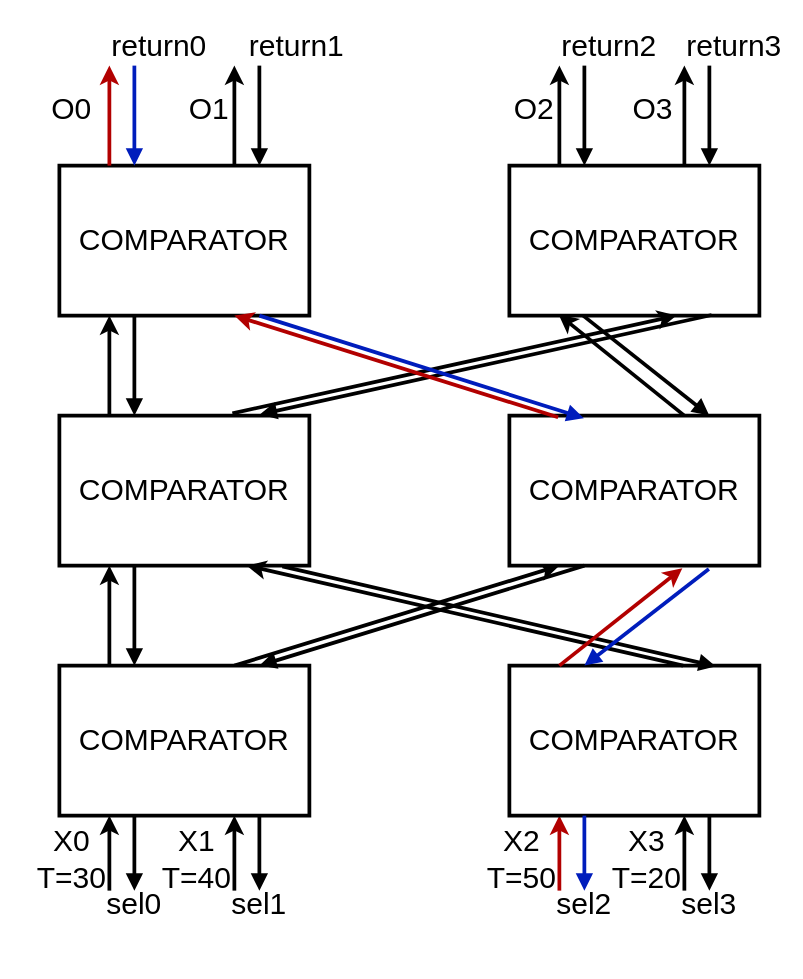
UM-PCL/biton keeps this draw.io diagram as write/figures/sort4.drawio. Above is the earlier version. Source tidied: cells renumbered, new cells numbered last; positions are measured from the earlier drawing's top-left corner, leaving out a move shared by most shapes. Both pictures are drawn from the tidied source at 125%, with x=0, y=0 at pixel (34, 28).
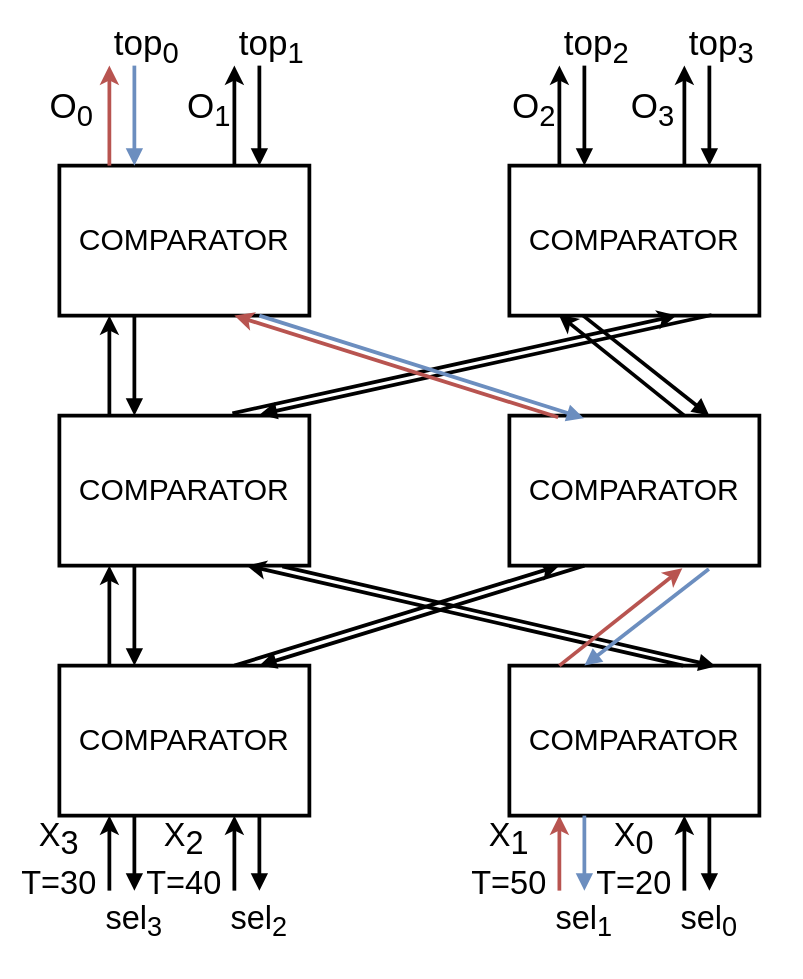
After the change.

Unchanged cells that the change refers to:
```xml
<mxCell id="12" value="COMPARATOR" style="rounded=0;whiteSpace=wrap;html=1;strokeWidth=3;fontSize=24;" parent="1" vertex="1">
  <mxGeometry x="380" y="310" width="200" height="120" as="geometry" />
</mxCell>
```

The edit, as a diff of the source:
```diff
@@
-    <mxCell id="8" style="edgeStyle=orthogonalEdgeStyle;rounded=0;orthogonalLoop=1;jettySize=auto;html=1;exitX=0.25;exitY=1;exitDx=0;exitDy=0;startArrow=classic;startFill=1;endArrow=none;endFill=0;fillColor=#e51400;strokeColor=#B20000;strokeWidth=3;fontSize=24;" parent="1" edge="1">
+    <mxCell id="8" style="edgeStyle=orthogonalEdgeStyle;rounded=0;orthogonalLoop=1;jettySize=auto;html=1;exitX=0.25;exitY=1;exitDx=0;exitDy=0;startArrow=classic;startFill=1;endArrow=none;endFill=0;fillColor=#e51400;strokeColor=#B85450;strokeWidth=3;fontSize=24;" parent="1" edge="1">
       <mxGeometry relative="1" as="geometry">
         <mxPoint x="420" y="630" as="sourcePoint" />
         <mxPoint x="420" y="690" as="targetPoint" />
       </mxGeometry>
     </mxCell>
@@
-    <mxCell id="16" style="edgeStyle=orthogonalEdgeStyle;rounded=0;orthogonalLoop=1;jettySize=auto;html=1;exitX=0.25;exitY=0;exitDx=0;exitDy=0;entryX=0.25;entryY=1;entryDx=0;entryDy=0;fillColor=#e51400;strokeColor=#B20000;strokeWidth=3;fontSize=24;" parent="1" edge="1">
+    <mxCell id="16" style="edgeStyle=orthogonalEdgeStyle;rounded=0;orthogonalLoop=1;jettySize=auto;html=1;exitX=0.25;exitY=0;exitDx=0;exitDy=0;entryX=0.25;entryY=1;entryDx=0;entryDy=0;fillColor=#e51400;strokeColor=#B85450;strokeWidth=3;fontSize=24;" parent="1" edge="1">
       <mxGeometry relative="1" as="geometry">
         <mxPoint x="60" y="110" as="sourcePoint" />
         <mxPoint x="60" y="30" as="targetPoint" />
       </mxGeometry>
     </mxCell>
@@
-    <mxCell id="25" style="edgeStyle=orthogonalEdgeStyle;rounded=0;orthogonalLoop=1;jettySize=auto;html=1;exitX=0.25;exitY=1;exitDx=0;exitDy=0;startArrow=none;startFill=0;endArrow=block;endFill=1;fillColor=#0050ef;strokeColor=#001DBC;strokeWidth=3;fontSize=24;" parent="1" edge="1">
+    <mxCell id="25" style="edgeStyle=orthogonalEdgeStyle;rounded=0;orthogonalLoop=1;jettySize=auto;html=1;exitX=0.25;exitY=1;exitDx=0;exitDy=0;startArrow=none;startFill=0;endArrow=block;endFill=1;fillColor=#0050ef;strokeColor=#6C8EBF;strokeWidth=3;fontSize=24;" parent="1" edge="1">
       <mxGeometry relative="1" as="geometry">
         <mxPoint x="440" y="630" as="sourcePoint" />
         <mxPoint x="440" y="690" as="targetPoint" />
       </mxGeometry>
     </mxCell>
@@
-    <mxCell id="28" style="edgeStyle=orthogonalEdgeStyle;rounded=0;orthogonalLoop=1;jettySize=auto;html=1;exitX=0.25;exitY=0;exitDx=0;exitDy=0;entryX=0.25;entryY=1;entryDx=0;entryDy=0;startArrow=block;startFill=1;endArrow=none;endFill=0;fillColor=#0050ef;strokeColor=#001DBC;strokeWidth=3;fontSize=24;" parent="1" edge="1">
+    <mxCell id="28" style="edgeStyle=orthogonalEdgeStyle;rounded=0;orthogonalLoop=1;jettySize=auto;html=1;exitX=0.25;exitY=0;exitDx=0;exitDy=0;entryX=0.25;entryY=1;entryDx=0;entryDy=0;startArrow=block;startFill=1;endArrow=none;endFill=0;fillColor=#0050ef;strokeColor=#6C8EBF;strokeWidth=3;fontSize=24;" parent="1" edge="1">
       <mxGeometry relative="1" as="geometry">
         <mxPoint x="80" y="110" as="sourcePoint" />
         <mxPoint x="80" y="30" as="targetPoint" />
       </mxGeometry>
     </mxCell>
@@
-    <mxCell id="32" value="X0&lt;br style=&quot;font-size: 24px;&quot;&gt;T=30" style="text;html=1;align=center;verticalAlign=middle;whiteSpace=wrap;rounded=0;fontSize=24;strokeWidth=3;" parent="1" vertex="1">
-      <mxGeometry y="650" width="60" height="30" as="geometry" />
+    <mxCell id="32" value="X&lt;sub style=&quot;font-size: 26px;&quot;&gt;3&lt;/sub&gt;&lt;br style=&quot;font-size: 26px;&quot;&gt;T=30" style="text;html=1;align=center;verticalAlign=middle;whiteSpace=wrap;rounded=0;fontSize=26;strokeWidth=3;" parent="1" vertex="1">
+      <mxGeometry x="-10" y="650" width="60" height="30" as="geometry" />
     </mxCell>
-    <mxCell id="33" value="&lt;div style=&quot;font-size: 24px;&quot;&gt;sel0&lt;/div&gt;&lt;div style=&quot;font-size: 24px;&quot;&gt;&lt;br style=&quot;font-size: 24px;&quot;&gt;&lt;/div&gt;" style="text;html=1;align=center;verticalAlign=middle;whiteSpace=wrap;rounded=0;fontSize=24;strokeWidth=3;" parent="1" vertex="1">
+    <mxCell id="33" value="&lt;div style=&quot;font-size: 26px;&quot;&gt;sel&lt;sub&gt;3&lt;/sub&gt;&lt;/div&gt;" style="text;html=1;align=center;verticalAlign=middle;whiteSpace=wrap;rounded=0;fontSize=26;strokeWidth=3;" parent="1" vertex="1">
       <mxGeometry x="50" y="700" width="60" height="30" as="geometry" />
     </mxCell>
-    <mxCell id="34" value="X1&lt;br style=&quot;font-size: 24px;&quot;&gt;T=40" style="text;html=1;align=center;verticalAlign=middle;whiteSpace=wrap;rounded=0;fontSize=24;strokeWidth=3;" parent="1" vertex="1">
-      <mxGeometry x="100" y="650" width="60" height="30" as="geometry" />
+    <mxCell id="34" value="X&lt;sub style=&quot;font-size: 26px;&quot;&gt;2&lt;/sub&gt;&lt;br style=&quot;font-size: 26px;&quot;&gt;T=40" style="text;html=1;align=center;verticalAlign=middle;whiteSpace=wrap;rounded=0;fontSize=26;strokeWidth=3;" parent="1" vertex="1">
+      <mxGeometry x="90" y="650" width="60" height="30" as="geometry" />
     </mxCell>
-    <mxCell id="35" value="&lt;div style=&quot;font-size: 24px;&quot;&gt;sel1&lt;/div&gt;&lt;div style=&quot;font-size: 24px;&quot;&gt;&lt;br style=&quot;font-size: 24px;&quot;&gt;&lt;/div&gt;" style="text;html=1;align=center;verticalAlign=middle;whiteSpace=wrap;rounded=0;fontSize=24;strokeWidth=3;" parent="1" vertex="1">
+    <mxCell id="35" value="&lt;div style=&quot;font-size: 26px;&quot;&gt;sel&lt;sub&gt;2&lt;/sub&gt;&lt;/div&gt;" style="text;html=1;align=center;verticalAlign=middle;whiteSpace=wrap;rounded=0;fontSize=26;strokeWidth=3;" parent="1" vertex="1">
       <mxGeometry x="150" y="700" width="60" height="30" as="geometry" />
     </mxCell>
-    <mxCell id="36" value="X2&lt;br style=&quot;font-size: 24px;&quot;&gt;T=50" style="text;html=1;align=center;verticalAlign=middle;whiteSpace=wrap;rounded=0;fontSize=24;strokeWidth=3;" parent="1" vertex="1">
-      <mxGeometry x="360" y="650" width="60" height="30" as="geometry" />
+    <mxCell id="36" value="X&lt;sub style=&quot;font-size: 26px;&quot;&gt;1&lt;/sub&gt;&lt;br style=&quot;font-size: 26px;&quot;&gt;T=50" style="text;html=1;align=center;verticalAlign=middle;whiteSpace=wrap;rounded=0;fontSize=26;strokeWidth=3;" parent="1" vertex="1">
+      <mxGeometry x="350" y="650" width="60" height="30" as="geometry" />
     </mxCell>
-    <mxCell id="37" value="&lt;div style=&quot;font-size: 24px;&quot;&gt;sel2&lt;/div&gt;&lt;div style=&quot;font-size: 24px;&quot;&gt;&lt;br style=&quot;font-size: 24px;&quot;&gt;&lt;/div&gt;" style="text;html=1;align=center;verticalAlign=middle;whiteSpace=wrap;rounded=0;fontSize=24;strokeWidth=3;" parent="1" vertex="1">
+    <mxCell id="37" value="&lt;div style=&quot;font-size: 26px;&quot;&gt;sel&lt;sub&gt;1&lt;/sub&gt;&lt;/div&gt;" style="text;html=1;align=center;verticalAlign=middle;whiteSpace=wrap;rounded=0;fontSize=26;strokeWidth=3;" parent="1" vertex="1">
       <mxGeometry x="410" y="700" width="60" height="30" as="geometry" />
     </mxCell>
-    <mxCell id="38" value="X3&lt;br style=&quot;font-size: 24px;&quot;&gt;T=20" style="text;html=1;align=center;verticalAlign=middle;whiteSpace=wrap;rounded=0;fontSize=24;strokeWidth=3;" parent="1" vertex="1">
-      <mxGeometry x="460" y="650" width="60" height="30" as="geometry" />
+    <mxCell id="38" value="X&lt;sub style=&quot;font-size: 26px;&quot;&gt;0&lt;/sub&gt;&lt;br style=&quot;font-size: 26px;&quot;&gt;T=20" style="text;html=1;align=center;verticalAlign=middle;whiteSpace=wrap;rounded=0;fontSize=26;strokeWidth=3;" parent="1" vertex="1">
+      <mxGeometry x="450" y="650" width="60" height="30" as="geometry" />
     </mxCell>
-    <mxCell id="39" value="&lt;div style=&quot;font-size: 24px;&quot;&gt;sel3&lt;/div&gt;&lt;div style=&quot;font-size: 24px;&quot;&gt;&lt;br style=&quot;font-size: 24px;&quot;&gt;&lt;/div&gt;" style="text;html=1;align=center;verticalAlign=middle;whiteSpace=wrap;rounded=0;fontSize=24;strokeWidth=3;" parent="1" vertex="1">
+    <mxCell id="39" value="&lt;div style=&quot;font-size: 26px;&quot;&gt;sel&lt;sub&gt;0&lt;/sub&gt;&lt;/div&gt;" style="text;html=1;align=center;verticalAlign=middle;whiteSpace=wrap;rounded=0;fontSize=26;strokeWidth=3;" parent="1" vertex="1">
       <mxGeometry x="510" y="700" width="60" height="30" as="geometry" />
     </mxCell>
-    <mxCell id="40" value="&lt;div style=&quot;font-size: 24px;&quot;&gt;return0&lt;/div&gt;" style="text;html=1;align=center;verticalAlign=middle;whiteSpace=wrap;rounded=0;fontSize=24;strokeWidth=3;" parent="1" vertex="1">
-      <mxGeometry x="70" width="60" height="30" as="geometry" />
-    </mxCell>
-    <mxCell id="41" value="&lt;div style=&quot;font-size: 24px;&quot;&gt;return1&lt;/div&gt;" style="text;html=1;align=center;verticalAlign=middle;whiteSpace=wrap;rounded=0;fontSize=24;strokeWidth=3;" parent="1" vertex="1">
-      <mxGeometry x="180" width="60" height="30" as="geometry" />
+    <mxCell id="41" value="&lt;font style=&quot;font-size: 28px;&quot;&gt;&lt;span style=&quot;font-size: 28px;&quot;&gt;top&lt;/span&gt;&lt;sub&gt;1&lt;br style=&quot;font-size: 28px;&quot;&gt;&lt;/sub&gt;&lt;/font&gt;" style="text;html=1;align=center;verticalAlign=middle;whiteSpace=wrap;rounded=0;fontSize=28;strokeWidth=3;" parent="1" vertex="1">
+      <mxGeometry x="160" width="60" height="30" as="geometry" />
     </mxCell>
-    <mxCell id="42" value="&lt;div style=&quot;font-size: 24px;&quot;&gt;return2&lt;/div&gt;" style="text;html=1;align=center;verticalAlign=middle;whiteSpace=wrap;rounded=0;fontSize=24;strokeWidth=3;" parent="1" vertex="1">
-      <mxGeometry x="430" width="60" height="30" as="geometry" />
-    </mxCell>
-    <mxCell id="43" value="&lt;div style=&quot;font-size: 24px;&quot;&gt;return3&lt;/div&gt;" style="text;html=1;align=center;verticalAlign=middle;whiteSpace=wrap;rounded=0;fontSize=24;strokeWidth=3;" parent="1" vertex="1">
-      <mxGeometry x="530" width="60" height="30" as="geometry" />
-    </mxCell>
-    <mxCell id="44" value="&lt;div style=&quot;font-size: 24px;&quot;&gt;O0&lt;/div&gt;" style="text;html=1;align=center;verticalAlign=middle;whiteSpace=wrap;rounded=0;fontSize=24;strokeWidth=3;" parent="1" vertex="1">
+    <mxCell id="44" value="&lt;div style=&quot;font-size: 25px;&quot;&gt;&lt;font style=&quot;font-size: 28px;&quot;&gt;O&lt;sub&gt;0&lt;/sub&gt;&lt;/font&gt;&lt;/div&gt;" style="text;html=1;align=center;verticalAlign=middle;whiteSpace=wrap;rounded=0;fontSize=24;strokeWidth=3;" parent="1" vertex="1">
       <mxGeometry y="50" width="60" height="30" as="geometry" />
     </mxCell>
-    <mxCell id="45" value="&lt;div style=&quot;font-size: 24px;&quot;&gt;O1&lt;/div&gt;" style="text;html=1;align=center;verticalAlign=middle;whiteSpace=wrap;rounded=0;fontSize=24;strokeWidth=3;" parent="1" vertex="1">
+    <mxCell id="45" value="&lt;div style=&quot;font-size: 28px;&quot;&gt;O&lt;sub&gt;1&lt;/sub&gt;&lt;/div&gt;" style="text;html=1;align=center;verticalAlign=middle;whiteSpace=wrap;rounded=0;fontSize=28;strokeWidth=3;" parent="1" vertex="1">
       <mxGeometry x="110" y="50" width="60" height="30" as="geometry" />
     </mxCell>
-    <mxCell id="46" value="O2" style="text;html=1;align=center;verticalAlign=middle;whiteSpace=wrap;rounded=0;fontSize=24;strokeWidth=3;" parent="1" vertex="1">
+    <mxCell id="46" value="O&lt;sub&gt;2&lt;/sub&gt;" style="text;html=1;align=center;verticalAlign=middle;whiteSpace=wrap;rounded=0;fontSize=28;strokeWidth=3;" parent="1" vertex="1">
       <mxGeometry x="370" y="50" width="60" height="30" as="geometry" />
     </mxCell>
-    <mxCell id="47" value="&lt;div style=&quot;font-size: 24px;&quot;&gt;O3&lt;/div&gt;" style="text;html=1;align=center;verticalAlign=middle;whiteSpace=wrap;rounded=0;fontSize=24;strokeWidth=3;" parent="1" vertex="1">
+    <mxCell id="47" value="&lt;div style=&quot;font-size: 28px;&quot;&gt;O&lt;sub&gt;3&lt;/sub&gt;&lt;/div&gt;" style="text;html=1;align=center;verticalAlign=middle;whiteSpace=wrap;rounded=0;fontSize=28;strokeWidth=3;" parent="1" vertex="1">
       <mxGeometry x="465" y="50" width="60" height="30" as="geometry" />
     </mxCell>
@@
-    <mxCell id="52" style="rounded=0;jettySize=auto;html=1;exitX=0.195;exitY=0.011;exitDx=0;exitDy=0;entryX=0.75;entryY=1;entryDx=0;entryDy=0;strokeWidth=3;fontSize=24;exitPerimeter=0;strokeColor=#B20000;" parent="1" edge="1" source="12">
+    <mxCell id="52" style="rounded=0;jettySize=auto;html=1;exitX=0.195;exitY=0.011;exitDx=0;exitDy=0;entryX=0.75;entryY=1;entryDx=0;entryDy=0;strokeWidth=3;fontSize=24;exitPerimeter=0;strokeColor=#B85450;" parent="1" edge="1" source="12">
       <mxGeometry relative="1" as="geometry">
         <mxPoint x="160" y="230" as="targetPoint" />
       </mxGeometry>
     </mxCell>
-    <mxCell id="53" style="rounded=0;jettySize=auto;html=1;exitX=0.298;exitY=0.017;exitDx=0;exitDy=0;entryX=0.75;entryY=1;entryDx=0;entryDy=0;startArrow=block;startFill=1;endArrow=none;endFill=0;strokeWidth=3;fontSize=24;exitPerimeter=0;strokeColor=#001DBC;" parent="1" edge="1" source="12">
+    <mxCell id="53" style="rounded=0;jettySize=auto;html=1;exitX=0.298;exitY=0.017;exitDx=0;exitDy=0;entryX=0.75;entryY=1;entryDx=0;entryDy=0;startArrow=block;startFill=1;endArrow=none;endFill=0;strokeWidth=3;fontSize=24;exitPerimeter=0;strokeColor=#6C8EBF;" parent="1" edge="1" source="12">
       <mxGeometry relative="1" as="geometry">
         <mxPoint x="180" y="230" as="targetPoint" />
       </mxGeometry>
     </mxCell>
-    <mxCell id="54" style="rounded=0;jettySize=auto;html=1;exitX=0.25;exitY=0;exitDx=0;exitDy=0;fillColor=#e51400;strokeColor=#B20000;strokeWidth=3;fontSize=24;entryX=0.692;entryY=1.017;entryDx=0;entryDy=0;entryPerimeter=0;" parent="1" edge="1" target="12">
+    <mxCell id="54" style="rounded=0;jettySize=auto;html=1;exitX=0.25;exitY=0;exitDx=0;exitDy=0;fillColor=#e51400;strokeColor=#B85450;strokeWidth=3;fontSize=24;entryX=0.692;entryY=1.017;entryDx=0;entryDy=0;entryPerimeter=0;" parent="1" edge="1" target="12">
       <mxGeometry relative="1" as="geometry">
         <mxPoint x="420" y="510" as="sourcePoint" />
       </mxGeometry>
     </mxCell>
-    <mxCell id="55" style="rounded=0;jettySize=auto;html=1;exitX=0.25;exitY=0;exitDx=0;exitDy=0;startArrow=block;startFill=1;endArrow=none;endFill=0;fillColor=#0050ef;strokeColor=#001DBC;strokeWidth=3;fontSize=24;entryX=0.798;entryY=1.023;entryDx=0;entryDy=0;entryPerimeter=0;" parent="1" edge="1" target="12">
+    <mxCell id="55" style="rounded=0;jettySize=auto;html=1;exitX=0.25;exitY=0;exitDx=0;exitDy=0;startArrow=block;startFill=1;endArrow=none;endFill=0;fillColor=#0050ef;strokeColor=#6C8EBF;strokeWidth=3;fontSize=24;entryX=0.798;entryY=1.023;entryDx=0;entryDy=0;entryPerimeter=0;" parent="1" edge="1" target="12">
       <mxGeometry relative="1" as="geometry">
         <mxPoint x="440" y="510" as="sourcePoint" />
       </mxGeometry>
     </mxCell>
+    <mxCell id="56" value="&lt;font style=&quot;font-size: 28px;&quot;&gt;&lt;span style=&quot;font-size: 28px;&quot;&gt;top&lt;/span&gt;&lt;sub&gt;0&lt;br style=&quot;font-size: 28px;&quot;&gt;&lt;/sub&gt;&lt;/font&gt;" style="text;html=1;align=center;verticalAlign=middle;whiteSpace=wrap;rounded=0;fontSize=28;strokeWidth=3;" parent="1" vertex="1">
+      <mxGeometry x="60" width="60" height="30" as="geometry" />
+    </mxCell>
+    <mxCell id="57" value="&lt;font style=&quot;font-size: 28px;&quot;&gt;&lt;span style=&quot;font-size: 28px;&quot;&gt;top&lt;/span&gt;&lt;sub&gt;3&lt;br style=&quot;font-size: 28px;&quot;&gt;&lt;/sub&gt;&lt;/font&gt;" style="text;html=1;align=center;verticalAlign=middle;whiteSpace=wrap;rounded=0;fontSize=28;strokeWidth=3;" parent="1" vertex="1">
+      <mxGeometry x="520" width="60" height="30" as="geometry" />
+    </mxCell>
+    <mxCell id="58" value="&lt;font style=&quot;font-size: 28px;&quot;&gt;&lt;span style=&quot;font-size: 28px;&quot;&gt;top&lt;/span&gt;&lt;sub&gt;2&lt;br style=&quot;font-size: 28px;&quot;&gt;&lt;/sub&gt;&lt;/font&gt;" style="text;html=1;align=center;verticalAlign=middle;whiteSpace=wrap;rounded=0;fontSize=28;strokeWidth=3;" parent="1" vertex="1">
+      <mxGeometry x="420" width="60" height="30" as="geometry" />
+    </mxCell>
```
